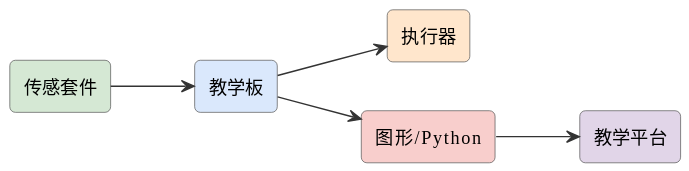
mingyi0818/IntelligentMcuCourse keeps this PlantUML diagram as assets/diagrams/ideas-fig122.svg. Above is the earlier version.
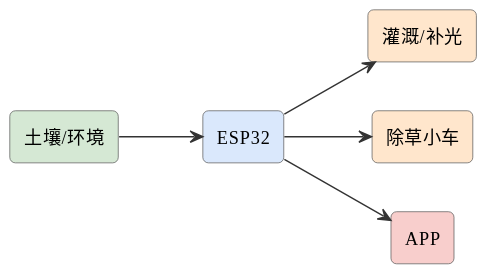
After the change.

The edit, as a diff of the source:
```diff
@@ -6,13 +6,13 @@
 skinparam arrowFontSize 11
 skinparam arrowColor #333
 left to right direction
-rectangle "教学板" as board #dae8fc
-rectangle "传感套件" as sense #d5e8d4
-rectangle "执行器" as act #ffe6cc
-rectangle "图形/Python" as code #f8cecc
-rectangle "教学平台" as plat #e1d5e8
-sense --> board
-board --> act
-board --> code
-code --> plat
+rectangle "土壤/环境" as s #d5e8d4
+rectangle "ESP32" as esp #dae8fc
+rectangle "灌溉/补光" as irr #ffe6cc
+rectangle "除草小车" as cart #ffe6cc
+rectangle "APP" as app #f8cecc
+s --> esp
+esp --> irr
+esp --> cart
+esp --> app
 @enduml
```
